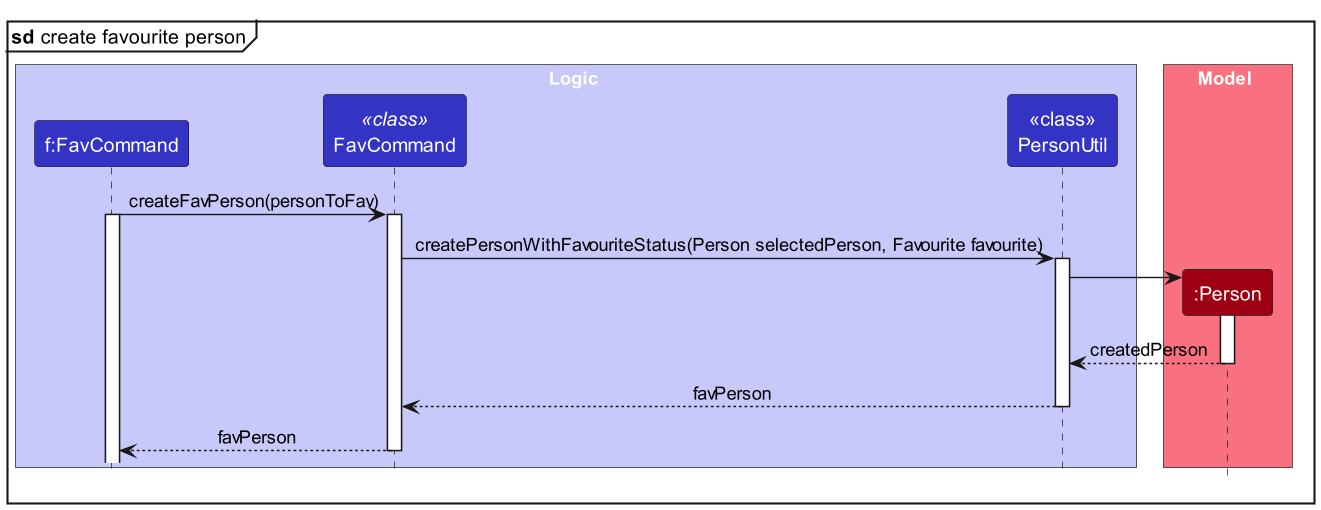
Before: docs/images/FavRefSequenceDiagram.png, a diagram exported from PlantUML (whitesnowx/tp). Its source is kept beside it as docs/diagrams/FavRefSequenceDiagram.puml. Its diagram source:
```plantuml
@startuml
!include style.puml
skinparam ArrowFontStyle plain

mainframe **sd** create favourite person

box Logic LOGIC_COLOR_T1
participant "f:FavCommand" as FavCommand LOGIC_COLOR
participant FavCommand as FavCommand1 <<class>> LOGIC_COLOR
participant "<<class>>\nPersonUtil" as PersonUtil LOGIC_COLOR
end box

box Model MODEL_COLOR_T1
participant ":Person" as Person MODEL_COLOR
end box

FavCommand -> FavCommand1 : createFavPerson(personToFav)
activate FavCommand
activate FavCommand1

FavCommand1 -> PersonUtil : createPersonWithFavouriteStatus(Person selectedPerson, Favourite favourite)
activate PersonUtil

create Person
PersonUtil -> Person++
return createdPerson

return favPerson
return favPerson

@enduml
```
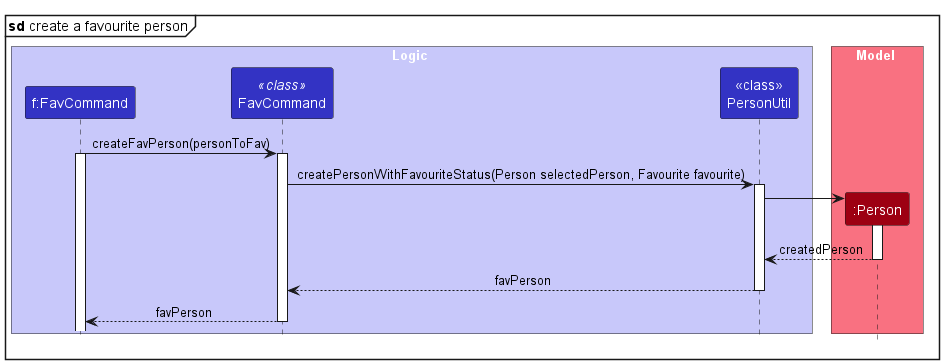
Later version of the same file.

Change to the diagram source:
```diff
@@ -2,7 +2,7 @@
 !include style.puml
 skinparam ArrowFontStyle plain
 
-mainframe **sd** create favourite person
+mainframe **sd** create a favourite person
 
 box Logic LOGIC_COLOR_T1
 participant "f:FavCommand" as FavCommand LOGIC_COLOR
```
